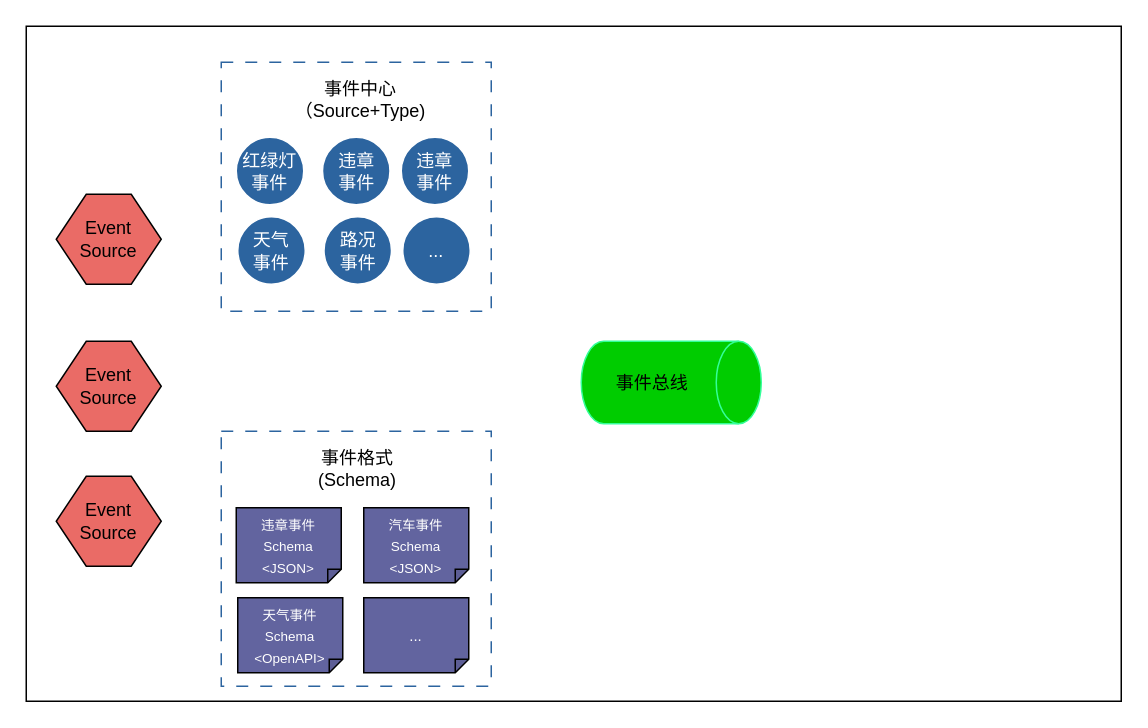
The draw.io diagram 事件中心SDK.drawio in qiangyin/zipkin-server, before the edit. Source tidied: cells renumbered, new cells numbered last; positions are measured from the earlier drawing's top-left corner, leaving out a move shared by most shapes. Both pictures are drawn from the tidied source at 150%, with x=0, y=0 at pixel (26, 26).
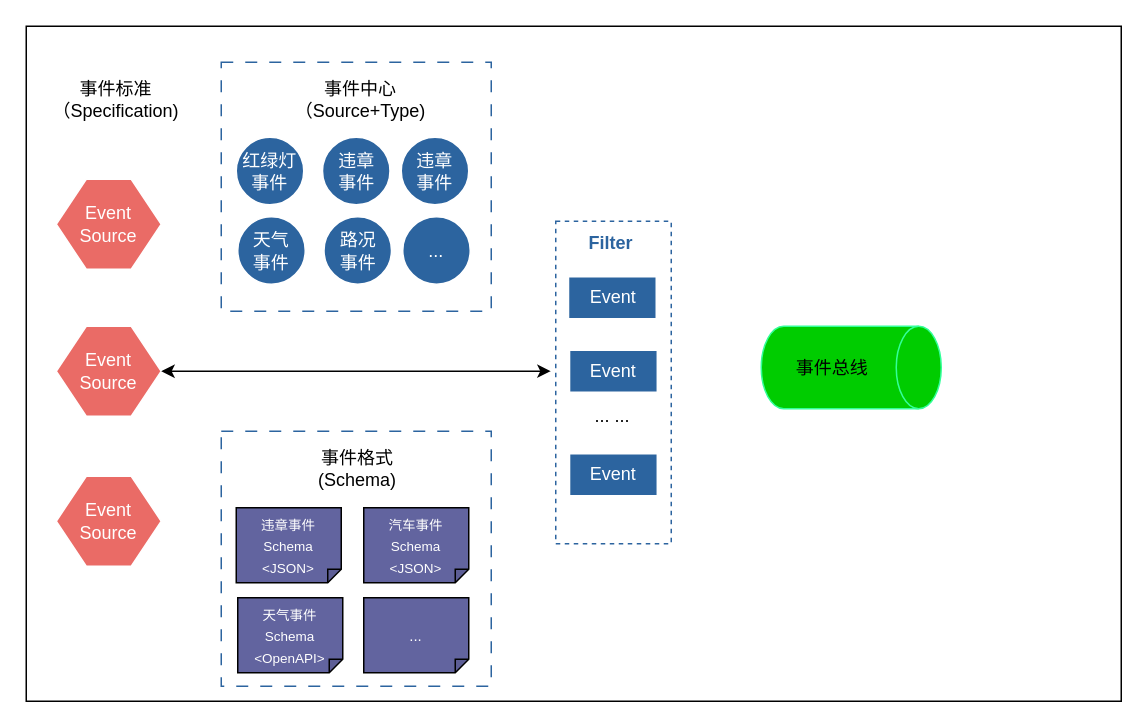
After the change.

Commit message (it also covers changes not shown here):
更新事件中心SDK.drawio

Unchanged cells that the change refers to:
```xml
<mxCell id="2" style="rounded=0;whiteSpace=wrap;html=1;" parent="1" vertex="1">
  <mxGeometry width="730" height="450" as="geometry" />
</mxCell>
```

The edit, as a diff of the source:
```diff
@@
-    <mxCell id="3" value="Event&lt;br&gt;Source" style="shape=hexagon;perimeter=hexagonPerimeter2;whiteSpace=wrap;html=1;fixedSize=1;fillColor=#EA6B66;" parent="1" vertex="1">
-      <mxGeometry x="20" y="112" width="70" height="60" as="geometry" />
+    <mxCell id="3" value="&lt;font color=&quot;#ffffff&quot;&gt;Event&lt;br&gt;Source&lt;/font&gt;" style="shape=hexagon;perimeter=hexagonPerimeter2;whiteSpace=wrap;html=1;fixedSize=1;fillColor=#EA6B66;strokeColor=#FFFFFF;" parent="1" vertex="1">
+      <mxGeometry x="20" y="102" width="70" height="60" as="geometry" />
     </mxCell>
-    <mxCell id="4" value="Event&lt;br&gt;Source" style="shape=hexagon;perimeter=hexagonPerimeter2;whiteSpace=wrap;html=1;fixedSize=1;fillColor=#EA6B66;" parent="1" vertex="1">
-      <mxGeometry x="20" y="210" width="70" height="60" as="geometry" />
+    <mxCell id="4" value="&lt;font color=&quot;#ffffff&quot;&gt;Event&lt;br&gt;Source&lt;/font&gt;" style="shape=hexagon;perimeter=hexagonPerimeter2;whiteSpace=wrap;html=1;fixedSize=1;fillColor=#EA6B66;strokeColor=#FFFFFF;" parent="1" vertex="1">
+      <mxGeometry x="20" y="200" width="70" height="60" as="geometry" />
     </mxCell>
-    <mxCell id="5" value="Event&lt;br&gt;Source" style="shape=hexagon;perimeter=hexagonPerimeter2;whiteSpace=wrap;html=1;fixedSize=1;fillColor=#EA6B66;" parent="1" vertex="1">
+    <mxCell id="5" value="&lt;font color=&quot;#ffffff&quot;&gt;Event&lt;br&gt;Source&lt;/font&gt;" style="shape=hexagon;perimeter=hexagonPerimeter2;whiteSpace=wrap;html=1;fixedSize=1;fillColor=#EA6B66;strokeColor=#FFFFFF;" parent="1" vertex="1">
       <mxGeometry x="20" y="300" width="70" height="60" as="geometry" />
     </mxCell>
     <mxCell id="6" value="事件总线" style="shape=cylinder3;whiteSpace=wrap;html=1;boundedLbl=1;backgroundOutline=1;size=15;direction=south;fillColor=#00CC00;strokeColor=#33FF99;" parent="1" vertex="1">
-      <mxGeometry x="370" y="210" width="120" height="55" as="geometry" />
+      <mxGeometry x="490" y="200" width="120" height="55" as="geometry" />
     </mxCell>
@@
+    <mxCell id="21" value="事件标准&lt;br&gt;（Specification)" style="text;html=1;align=center;verticalAlign=middle;whiteSpace=wrap;rounded=0;" parent="1" vertex="1">
+      <mxGeometry x="30" y="34" width="60" height="30" as="geometry" />
+    </mxCell>
+    <mxCell id="22" style="rounded=0;whiteSpace=wrap;html=1;dashed=1;strokeColor=#2C649F;" parent="1" vertex="1">
+      <mxGeometry x="353" y="130" width="77" height="215" as="geometry" />
+    </mxCell>
+    <mxCell id="23" value="&lt;font color=&quot;#ffffff&quot;&gt;Event&lt;/font&gt;" style="rounded=0;whiteSpace=wrap;html=1;fillColor=#2C649F;strokeColor=#FFFFFF;" parent="1" vertex="1">
+      <mxGeometry x="361.5" y="167" width="58.5" height="28" as="geometry" />
+    </mxCell>
+    <mxCell id="24" value="&lt;font color=&quot;#ffffff&quot;&gt;Event&lt;/font&gt;" style="rounded=0;whiteSpace=wrap;html=1;fillColor=#2C649F;strokeColor=#FFFFFF;" parent="1" vertex="1">
+      <mxGeometry x="362.2" y="216" width="58.5" height="28" as="geometry" />
+    </mxCell>
+    <mxCell id="25" value="&lt;font color=&quot;#ffffff&quot;&gt;Event&lt;/font&gt;" style="rounded=0;whiteSpace=wrap;html=1;fillColor=#2C649F;strokeColor=#FFFFFF;" parent="1" vertex="1">
+      <mxGeometry x="362.2" y="285" width="58.5" height="28" as="geometry" />
+    </mxCell>
+    <mxCell id="26" value="... ..." style="text;html=1;align=center;verticalAlign=middle;whiteSpace=wrap;rounded=0;" parent="1" vertex="1">
+      <mxGeometry x="361" y="245" width="60" height="30" as="geometry" />
+    </mxCell>
+    <mxCell id="27" value="&lt;font color=&quot;#2c649f&quot;&gt;&lt;b&gt;Filter&lt;/b&gt;&lt;/font&gt;" style="text;html=1;align=center;verticalAlign=middle;whiteSpace=wrap;rounded=0;" parent="1" vertex="1">
+      <mxGeometry x="360" y="130" width="60" height="30" as="geometry" />
+    </mxCell>
+    <mxCell id="28" style="endArrow=classic;startArrow=classic;html=1;rounded=0;entryX=0.479;entryY=0.511;entryDx=0;entryDy=0;entryPerimeter=0;" parent="1" edge="1" target="2">
+      <mxGeometry relative="1" as="geometry">
+        <mxPoint x="90" y="230" as="sourcePoint" />
+      </mxGeometry>
+    </mxCell>
```
